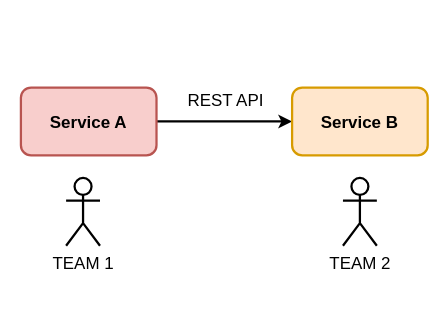
The draw.io diagram images/draw.io/Communication.drawio in Romanow/openapi-generation, before the edit. Source tidied: cells renumbered, new cells numbered last; positions are measured from the earlier drawing's top-left corner, leaving out a move shared by most shapes. Both pictures are drawn from the tidied source at 113%, with x=0, y=0 at pixel (20, 87). Pictures stored in the file or linked from it are replaced by grey dashed boxes.
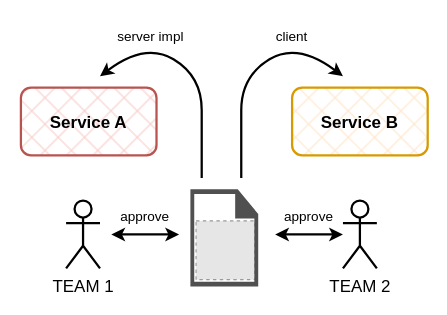
After the change.

Change to the diagram source:
```diff
@@
-    <mxCell id="2" style="edgeStyle=orthogonalEdgeStyle;rounded=0;jettySize=auto;html=1;fontSize=15;strokeWidth=2;" parent="1" edge="1" source="4" target="5">
-      <mxGeometry relative="1" as="geometry" />
-    </mxCell>
-    <mxCell id="3" value="REST API" style="edgeLabel;html=1;align=center;verticalAlign=middle;fontSize=15;" parent="2" vertex="1">
-      <mxGeometry x="-0.28" y="5" relative="1" as="geometry">
-        <mxPoint x="17" y="-15" as="offset" />
-      </mxGeometry>
-    </mxCell>
-    <mxCell id="4" value="Service A" style="rounded=1;whiteSpace=wrap;html=1;strokeWidth=2;fontSize=15;fontStyle=1;fillColor=#f8cecc;strokeColor=#b85450;" parent="1" vertex="1">
+    <mxCell id="4" value="Service A" style="rounded=1;whiteSpace=wrap;html=1;strokeWidth=2;fontSize=15;fontStyle=1;fillColor=#f8cecc;strokeColor=#b85450;fillStyle=cross-hatch;" parent="1" vertex="1">
       <mxGeometry width="120" height="60" as="geometry" />
     </mxCell>
-    <mxCell id="5" value="Service B" style="rounded=1;whiteSpace=wrap;html=1;strokeWidth=2;fontSize=15;fontStyle=1;fillColor=#ffe6cc;strokeColor=#d79b00;" parent="1" vertex="1">
+    <mxCell id="5" value="Service B" style="rounded=1;whiteSpace=wrap;html=1;strokeWidth=2;fontSize=15;fontStyle=1;fillColor=#ffe6cc;strokeColor=#d79b00;fillStyle=cross-hatch;" parent="1" vertex="1">
       <mxGeometry x="240" width="120" height="60" as="geometry" />
     </mxCell>
     <mxCell id="6" value="TEAM 1" style="shape=umlActor;verticalLabelPosition=bottom;verticalAlign=top;html=1;fontSize=15;strokeWidth=2;" parent="1" vertex="1">
-      <mxGeometry x="40" y="80" width="30" height="60" as="geometry" />
+      <mxGeometry x="40" y="100" width="30" height="60" as="geometry" />
     </mxCell>
     <mxCell id="7" value="TEAM 2" style="shape=umlActor;verticalLabelPosition=bottom;verticalAlign=top;html=1;fontSize=15;strokeWidth=2;" parent="1" vertex="1">
-      <mxGeometry x="285" y="80" width="30" height="60" as="geometry" />
+      <mxGeometry x="285" y="100" width="30" height="60" as="geometry" />
     </mxCell>
+    <mxCell id="8" style="group;" parent="1" vertex="1">
+      <mxGeometry x="150" y="90" width="60" height="86" as="geometry" />
+    </mxCell>
+    <mxCell id="9" style="group;" parent="8" vertex="1">
+      <mxGeometry width="60" height="86" as="geometry" />
+    </mxCell>
+    <mxCell id="10" style="fillColor=#E6E6E6;strokeColor=#999999;dashed=1;verticalLabelPosition=bottom;labelBackgroundColor=default;verticalAlign=top;" parent="9" vertex="1">
+      <mxGeometry x="5" y="28" width="52" height="52" as="geometry" />
+    </mxCell>
+    <mxCell id="11" style="sketch=0;shadow=0;dashed=0;html=1;strokeColor=none;fillColor=#505050;labelPosition=center;verticalLabelPosition=bottom;verticalAlign=top;align=center;shape=mxgraph.office.concepts.document_blank;" parent="8" vertex="1">
+      <mxGeometry width="60" height="86" as="geometry" />
+    </mxCell>
+    <mxCell id="12" style="endArrow=classic;startArrow=classic;html=1;rounded=0;fontStyle=0;strokeWidth=2;" parent="1" edge="1">
+      <mxGeometry relative="1" as="geometry">
+        <mxPoint x="80" y="130" as="sourcePoint" />
+        <mxPoint x="140" y="130" as="targetPoint" />
+      </mxGeometry>
+    </mxCell>
+    <mxCell id="13" style="endArrow=classic;startArrow=classic;html=1;rounded=0;fontStyle=0;strokeWidth=2;" parent="1" edge="1">
+      <mxGeometry relative="1" as="geometry">
+        <mxPoint x="225" y="130" as="sourcePoint" />
+        <mxPoint x="285" y="130" as="targetPoint" />
+      </mxGeometry>
+    </mxCell>
+    <mxCell id="14" style="curved=1;endArrow=classic;html=1;rounded=0;strokeWidth=2;" parent="1" edge="1">
+      <mxGeometry relative="1" as="geometry">
+        <mxPoint x="160" y="80" as="sourcePoint" />
+        <mxPoint x="70" y="-10" as="targetPoint" />
+        <Array as="points">
+          <mxPoint x="160" y="60" />
+          <mxPoint x="160" y="50" />
+          <mxPoint x="160" y="-10" />
+          <mxPoint x="110" y="-40" />
+        </Array>
+      </mxGeometry>
+    </mxCell>
+    <mxCell id="15" style="curved=1;endArrow=classic;html=1;rounded=0;strokeWidth=2;" parent="1" edge="1">
+      <mxGeometry relative="1" as="geometry">
+        <mxPoint x="195" y="80" as="sourcePoint" />
+        <mxPoint x="285" y="-10" as="targetPoint" />
+        <Array as="points">
+          <mxPoint x="195" y="60" />
+          <mxPoint x="195" y="50" />
+          <mxPoint x="195" y="-10" />
+          <mxPoint x="245" y="-40" />
+        </Array>
+      </mxGeometry>
+    </mxCell>
+    <mxCell id="16" value="approve" style="text;html=1;strokeColor=none;fillColor=none;align=center;verticalAlign=middle;whiteSpace=wrap;rounded=0;" parent="1" vertex="1">
+      <mxGeometry x="80" y="100" width="60" height="30" as="geometry" />
+    </mxCell>
+    <mxCell id="17" value="approve" style="text;html=1;strokeColor=none;fillColor=none;align=center;verticalAlign=middle;whiteSpace=wrap;rounded=0;" parent="1" vertex="1">
+      <mxGeometry x="225" y="100" width="60" height="30" as="geometry" />
+    </mxCell>
+    <mxCell id="18" value="server impl" style="text;html=1;strokeColor=none;fillColor=none;align=center;verticalAlign=middle;whiteSpace=wrap;rounded=0;" parent="1" vertex="1">
+      <mxGeometry x="80" y="-60" width="70" height="30" as="geometry" />
+    </mxCell>
+    <mxCell id="19" value="client" style="text;html=1;strokeColor=none;fillColor=none;align=center;verticalAlign=middle;whiteSpace=wrap;rounded=0;" parent="1" vertex="1">
+      <mxGeometry x="205" y="-60" width="70" height="30" as="geometry" />
+    </mxCell>
```
